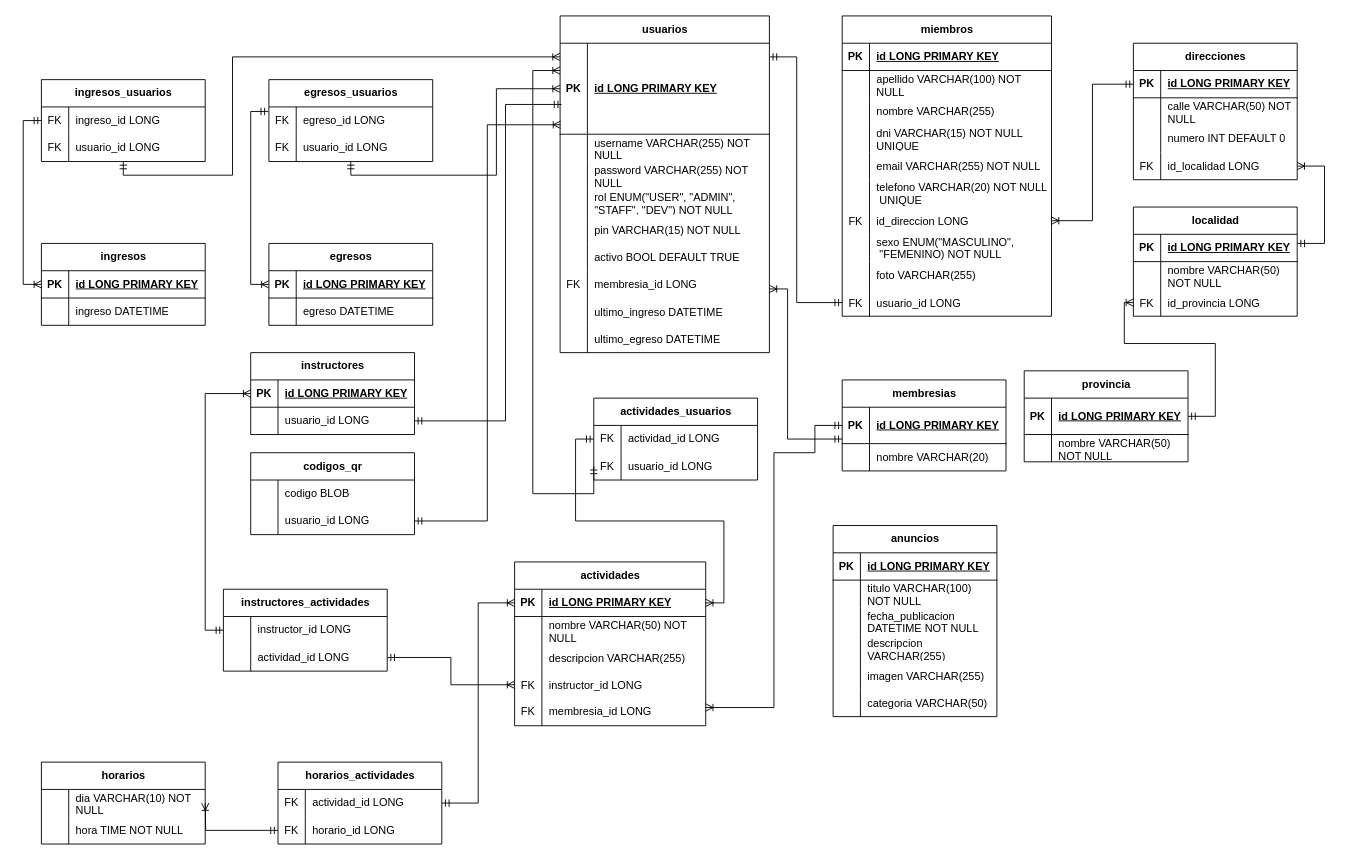
The draw.io diagram modelo_relacional.drawio in AguilarDev29/KAV_BACK, before the edit. Source tidied: cells renumbered, new cells numbered last; positions are measured from the earlier drawing's top-left corner, leaving out a move shared by most shapes. Both pictures are drawn from the tidied source at 91%, with x=0, y=0 at pixel (41, 15).
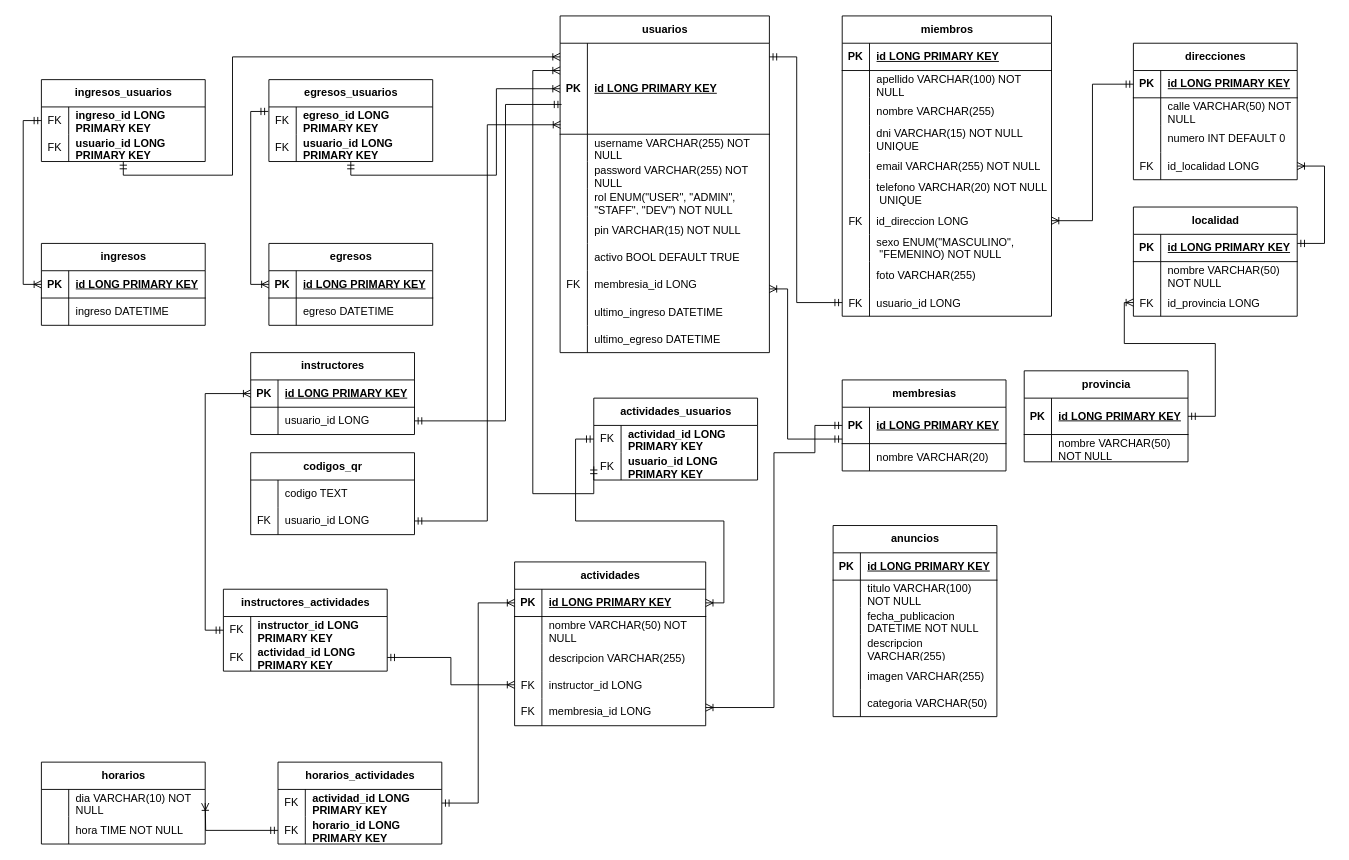
The same page after the edit.

The change refers to these unchanged cells:
```xml
<mxCell id="78" style="shape=tableRow;horizontal=0;startSize=0;swimlaneHead=0;swimlaneBody=0;fillColor=none;points=[[0,0.5],[1,0.5]];portConstraint=eastwest;top=0;left=0;right=0;bottom=0;" parent="77" vertex="1">
  <mxGeometry y="30" width="180" height="30" as="geometry" />
</mxCell>
<mxCell id="81" style="shape=tableRow;horizontal=0;startSize=0;swimlaneHead=0;swimlaneBody=0;fillColor=none;points=[[0,0.5],[1,0.5]];portConstraint=eastwest;top=0;left=0;right=0;bottom=0;" parent="77" vertex="1">
  <mxGeometry y="60" width="180" height="30" as="geometry" />
</mxCell>
<mxCell id="92" style="shape=tableRow;horizontal=0;startSize=0;swimlaneHead=0;swimlaneBody=0;fillColor=none;points=[[0,0.5],[1,0.5]];portConstraint=eastwest;top=0;left=0;right=0;bottom=0;" parent="91" vertex="1">
  <mxGeometry y="30" width="180" height="30" as="geometry" />
</mxCell>
<mxCell id="95" style="shape=tableRow;horizontal=0;startSize=0;swimlaneHead=0;swimlaneBody=0;fillColor=none;points=[[0,0.5],[1,0.5]];portConstraint=eastwest;top=0;left=0;right=0;bottom=0;" parent="91" vertex="1">
  <mxGeometry y="60" width="180" height="30" as="geometry" />
</mxCell>
<mxCell id="123" style="shape=tableRow;horizontal=0;startSize=0;swimlaneHead=0;swimlaneBody=0;fillColor=none;points=[[0,0.5],[1,0.5]];portConstraint=eastwest;top=0;left=0;right=0;bottom=0;" parent="122" vertex="1">
  <mxGeometry y="30" width="180" height="30" as="geometry" />
</mxCell>
<mxCell id="126" style="shape=tableRow;horizontal=0;startSize=0;swimlaneHead=0;swimlaneBody=0;fillColor=none;points=[[0,0.5],[1,0.5]];portConstraint=eastwest;top=0;left=0;right=0;bottom=0;" parent="122" vertex="1">
  <mxGeometry y="60" width="180" height="30" as="geometry" />
</mxCell>
<mxCell id="130" style="shape=tableRow;horizontal=0;startSize=0;swimlaneHead=0;swimlaneBody=0;fillColor=none;points=[[0,0.5],[1,0.5]];portConstraint=eastwest;top=0;left=0;right=0;bottom=0;" parent="129" vertex="1">
  <mxGeometry y="30" width="180" height="30" as="geometry" />
</mxCell>
<mxCell id="133" style="shape=tableRow;horizontal=0;startSize=0;swimlaneHead=0;swimlaneBody=0;fillColor=none;points=[[0,0.5],[1,0.5]];portConstraint=eastwest;top=0;left=0;right=0;bottom=0;" parent="129" vertex="1">
  <mxGeometry y="60" width="180" height="30" as="geometry" />
</mxCell>
<mxCell id="205" style="shape=tableRow;horizontal=0;startSize=0;swimlaneHead=0;swimlaneBody=0;fillColor=none;top=0;left=0;right=0;bottom=0;" parent="204" vertex="1">
  <mxGeometry y="30" width="180" height="30" as="geometry" />
</mxCell>
<mxCell id="208" style="shape=tableRow;horizontal=0;startSize=0;swimlaneHead=0;swimlaneBody=0;fillColor=none;points=[[0,0.5],[1,0.5]];portConstraint=eastwest;top=0;left=0;right=0;bottom=0;" parent="204" vertex="1">
  <mxGeometry y="60" width="180" height="30" as="geometry" />
</mxCell>
<mxCell id="213" style="shape=tableRow;horizontal=0;startSize=0;swimlaneHead=0;swimlaneBody=0;fillColor=none;points=[[0,0.5],[1,0.5]];portConstraint=eastwest;top=0;left=0;right=0;bottom=0;" parent="212" vertex="1">
  <mxGeometry y="30" width="180" height="30" as="geometry" />
</mxCell>
<mxCell id="216" style="shape=tableRow;horizontal=0;startSize=0;swimlaneHead=0;swimlaneBody=0;fillColor=none;points=[[0,0.5],[1,0.5]];portConstraint=eastwest;top=0;left=0;right=0;bottom=0;" parent="212" vertex="1">
  <mxGeometry y="60" width="180" height="30" as="geometry" />
</mxCell>
```

The edit, as a diff of the source:
```diff
@@
-    <mxCell id="80" value="actividad_id LONG" style="shape=partialRectangle;fillColor=none;top=0;left=0;bottom=0;right=0;align=left;spacingLeft=6;overflow=hidden;whiteSpace=wrap;html=1;" parent="78" vertex="1">
+    <mxCell id="80" value="&lt;b&gt;actividad_id LONG PRIMARY KEY&lt;/b&gt;" style="shape=partialRectangle;fillColor=none;top=0;left=0;bottom=0;right=0;align=left;spacingLeft=6;overflow=hidden;whiteSpace=wrap;html=1;" parent="78" vertex="1">
       <mxGeometry x="30" width="150" height="30" as="geometry" />
     </mxCell>
@@
-    <mxCell id="83" value="usuario_id LONG" style="shape=partialRectangle;fillColor=none;top=0;left=0;bottom=0;right=0;align=left;spacingLeft=6;overflow=hidden;whiteSpace=wrap;html=1;" parent="81" vertex="1">
+    <mxCell id="83" value="&lt;b&gt;usuario_id LONG PRIMARY KEY&lt;/b&gt;" style="shape=partialRectangle;fillColor=none;top=0;left=0;bottom=0;right=0;align=left;spacingLeft=6;overflow=hidden;whiteSpace=wrap;html=1;" parent="81" vertex="1">
       <mxGeometry x="30" width="150" height="30" as="geometry" />
     </mxCell>
@@
-    <mxCell id="94" value="actividad_id LONG" style="shape=partialRectangle;fillColor=none;top=0;left=0;bottom=0;right=0;align=left;spacingLeft=6;overflow=hidden;whiteSpace=wrap;html=1;" parent="92" vertex="1">
+    <mxCell id="94" value="&lt;b&gt;actividad_id LONG PRIMARY KEY&lt;/b&gt;" style="shape=partialRectangle;fillColor=none;top=0;left=0;bottom=0;right=0;align=left;spacingLeft=6;overflow=hidden;whiteSpace=wrap;html=1;" parent="92" vertex="1">
       <mxGeometry x="30" width="150" height="30" as="geometry" />
     </mxCell>
@@
-    <mxCell id="97" value="horario_id LONG" style="shape=partialRectangle;fillColor=none;top=0;left=0;bottom=0;right=0;align=left;spacingLeft=6;overflow=hidden;whiteSpace=wrap;html=1;" parent="95" vertex="1">
+    <mxCell id="97" value="&lt;b&gt;horario_id LONG PRIMARY KEY&lt;/b&gt;" style="shape=partialRectangle;fillColor=none;top=0;left=0;bottom=0;right=0;align=left;spacingLeft=6;overflow=hidden;whiteSpace=wrap;html=1;" parent="95" vertex="1">
       <mxGeometry x="30" width="150" height="30" as="geometry" />
     </mxCell>
@@
-    <mxCell id="125" value="ingreso_id LONG" style="shape=partialRectangle;fillColor=none;top=0;left=0;bottom=0;right=0;align=left;spacingLeft=6;overflow=hidden;whiteSpace=wrap;html=1;" parent="123" vertex="1">
+    <mxCell id="125" value="&lt;b&gt;ingreso_id LONG PRIMARY KEY&lt;/b&gt;" style="shape=partialRectangle;fillColor=none;top=0;left=0;bottom=0;right=0;align=left;spacingLeft=6;overflow=hidden;whiteSpace=wrap;html=1;" parent="123" vertex="1">
       <mxGeometry x="30" width="150" height="30" as="geometry" />
     </mxCell>
@@
-    <mxCell id="128" value="usuario_id LONG" style="shape=partialRectangle;fillColor=none;top=0;left=0;bottom=0;right=0;align=left;spacingLeft=6;overflow=hidden;whiteSpace=wrap;html=1;" parent="126" vertex="1">
+    <mxCell id="128" value="&lt;b&gt;usuario_id LONG PRIMARY KEY&lt;/b&gt;" style="shape=partialRectangle;fillColor=none;top=0;left=0;bottom=0;right=0;align=left;spacingLeft=6;overflow=hidden;whiteSpace=wrap;html=1;" parent="126" vertex="1">
       <mxGeometry x="30" width="150" height="30" as="geometry" />
     </mxCell>
@@
-    <mxCell id="132" value="egreso_id LONG" style="shape=partialRectangle;fillColor=none;top=0;left=0;bottom=0;right=0;align=left;spacingLeft=6;overflow=hidden;whiteSpace=wrap;html=1;" parent="130" vertex="1">
+    <mxCell id="132" value="&lt;b&gt;egreso_id LONG PRIMARY KEY&lt;/b&gt;" style="shape=partialRectangle;fillColor=none;top=0;left=0;bottom=0;right=0;align=left;spacingLeft=6;overflow=hidden;whiteSpace=wrap;html=1;" parent="130" vertex="1">
       <mxGeometry x="30" width="150" height="30" as="geometry" />
     </mxCell>
@@
-    <mxCell id="135" value="usuario_id LONG" style="shape=partialRectangle;fillColor=none;top=0;left=0;bottom=0;right=0;align=left;spacingLeft=6;overflow=hidden;whiteSpace=wrap;html=1;" parent="133" vertex="1">
+    <mxCell id="135" value="&lt;b&gt;usuario_id LONG PRIMARY KEY&lt;/b&gt;" style="shape=partialRectangle;fillColor=none;top=0;left=0;bottom=0;right=0;align=left;spacingLeft=6;overflow=hidden;whiteSpace=wrap;html=1;" parent="133" vertex="1">
       <mxGeometry x="30" width="150" height="30" as="geometry" />
     </mxCell>
@@
-    <mxCell id="207" value="codigo BLOB" style="shape=partialRectangle;fillColor=none;top=0;left=0;bottom=0;right=0;align=left;spacingLeft=6;overflow=hidden;whiteSpace=wrap;html=1;" parent="205" vertex="1">
+    <mxCell id="207" value="codigo TEXT" style="shape=partialRectangle;fillColor=none;top=0;left=0;bottom=0;right=0;align=left;spacingLeft=6;overflow=hidden;whiteSpace=wrap;html=1;" parent="205" vertex="1">
       <mxGeometry x="30" width="150" height="30" as="geometry" />
     </mxCell>
@@
-    <mxCell id="209" style="shape=partialRectangle;fillColor=none;top=0;left=0;bottom=0;right=0;overflow=hidden;whiteSpace=wrap;html=1;" parent="208" vertex="1">
+    <mxCell id="209" value="FK" style="shape=partialRectangle;fillColor=none;top=0;left=0;bottom=0;right=0;overflow=hidden;whiteSpace=wrap;html=1;" parent="208" vertex="1">
       <mxGeometry width="30" height="30" as="geometry" />
     </mxCell>
@@
-    <mxCell id="214" style="shape=partialRectangle;fillColor=none;top=0;left=0;bottom=0;right=0;overflow=hidden;whiteSpace=wrap;html=1;" parent="213" vertex="1">
+    <mxCell id="214" value="FK" style="shape=partialRectangle;fillColor=none;top=0;left=0;bottom=0;right=0;overflow=hidden;whiteSpace=wrap;html=1;" parent="213" vertex="1">
       <mxGeometry width="30" height="30" as="geometry" />
     </mxCell>
-    <mxCell id="215" value="instructor_id LONG" style="shape=partialRectangle;fillColor=none;top=0;left=0;bottom=0;right=0;align=left;spacingLeft=6;overflow=hidden;whiteSpace=wrap;html=1;" parent="213" vertex="1">
+    <mxCell id="215" value="&lt;b&gt;instructor_id LONG PRIMARY KEY&lt;/b&gt;" style="shape=partialRectangle;fillColor=none;top=0;left=0;bottom=0;right=0;align=left;spacingLeft=6;overflow=hidden;whiteSpace=wrap;html=1;" parent="213" vertex="1">
       <mxGeometry x="30" width="150" height="30" as="geometry" />
     </mxCell>
@@
-    <mxCell id="217" style="shape=partialRectangle;fillColor=none;top=0;left=0;bottom=0;right=0;overflow=hidden;whiteSpace=wrap;html=1;" parent="216" vertex="1">
+    <mxCell id="217" value="FK" style="shape=partialRectangle;fillColor=none;top=0;left=0;bottom=0;right=0;overflow=hidden;whiteSpace=wrap;html=1;" parent="216" vertex="1">
       <mxGeometry width="30" height="30" as="geometry" />
     </mxCell>
-    <mxCell id="218" value="actividad_id LONG" style="shape=partialRectangle;fillColor=none;top=0;left=0;bottom=0;right=0;align=left;spacingLeft=6;overflow=hidden;whiteSpace=wrap;html=1;" parent="216" vertex="1">
+    <mxCell id="218" value="&lt;b&gt;actividad_id LONG PRIMARY KEY&lt;/b&gt;" style="shape=partialRectangle;fillColor=none;top=0;left=0;bottom=0;right=0;align=left;spacingLeft=6;overflow=hidden;whiteSpace=wrap;html=1;" parent="216" vertex="1">
       <mxGeometry x="30" width="150" height="30" as="geometry" />
     </mxCell>
```
